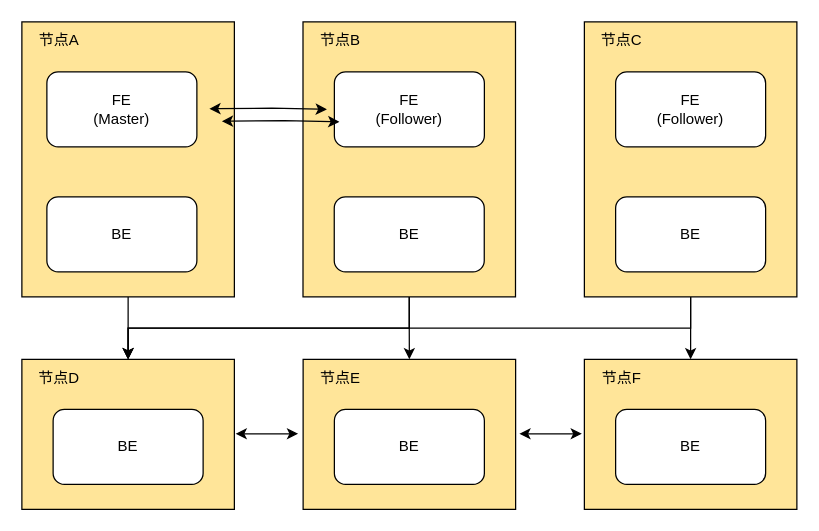
Earlier version of the draw.io diagram Doris部署方案-方案一.drawio (shaozc3g/draw_io). Source tidied: cells renumbered, new cells numbered last; positions are measured from the earlier drawing's top-left corner, leaving out a move shared by most shapes. Both pictures are drawn from the tidied source at 125%, with x=0, y=0 at pixel (21, 21).
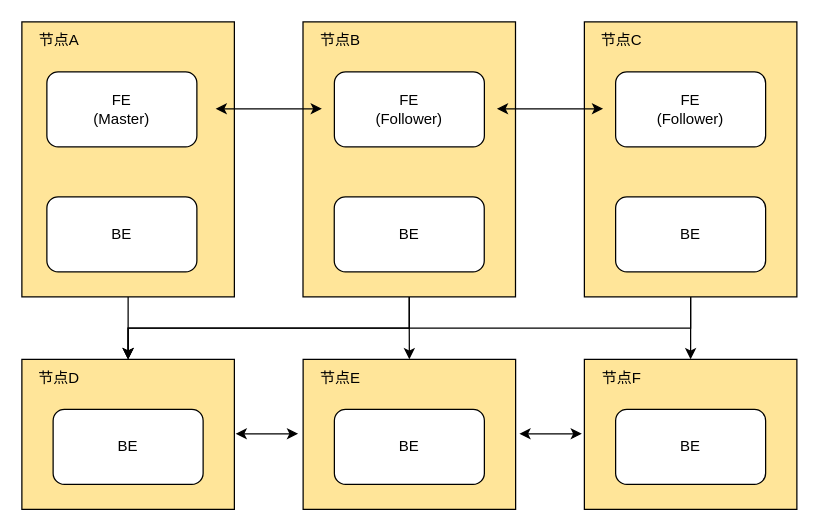
After the change.

Commit message:
更新Doris部署方案-方案一.drawio

The edit, as a diff of the source:
```diff
@@
-    <mxCell id="30" style="endArrow=classic;startArrow=classic;html=1;rounded=0;entryX=0;entryY=0.5;entryDx=0;entryDy=0;" parent="1" edge="1">
-      <mxGeometry relative="1" as="geometry">
-        <mxPoint x="150" y="69.5" as="sourcePoint" />
-        <mxPoint x="244" y="70" as="targetPoint" />
-        <Array as="points">
-          <mxPoint x="200" y="69" />
-        </Array>
-      </mxGeometry>
-    </mxCell>
-    <mxCell id="31" style="endArrow=classic;startArrow=classic;html=1;rounded=0;entryX=0;entryY=0.5;entryDx=0;entryDy=0;" parent="1" edge="1">
-      <mxGeometry relative="1" as="geometry">
-        <mxPoint x="160" y="79.5" as="sourcePoint" />
-        <mxPoint x="254" y="80" as="targetPoint" />
-        <Array as="points">
-          <mxPoint x="210" y="79" />
-        </Array>
-      </mxGeometry>
-    </mxCell>
+    <mxCell id="32" style="endArrow=classic;startArrow=classic;html=1;rounded=0;" parent="1" edge="1">
+      <mxGeometry relative="1" as="geometry">
+        <mxPoint x="155" y="69.5" as="sourcePoint" />
+        <mxPoint x="240" y="69.5" as="targetPoint" />
+      </mxGeometry>
+    </mxCell>
+    <mxCell id="33" style="endArrow=classic;startArrow=classic;html=1;rounded=0;" parent="1" edge="1">
+      <mxGeometry relative="1" as="geometry">
+        <mxPoint x="380" y="69.5" as="sourcePoint" />
+        <mxPoint x="465" y="69.5" as="targetPoint" />
+      </mxGeometry>
+    </mxCell>
```
